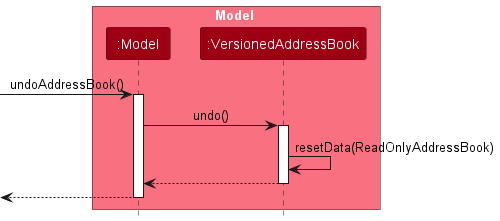
The PlantUML diagram docs/images/UndoSequenceDiagram-Model.png in nus-cs2103-AY2425S1/tp, before a commit.
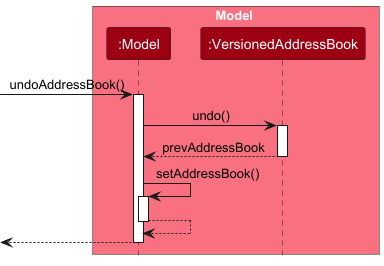
Above is the later version.

What changed in the source:
```diff
@@ -13,9 +13,14 @@
 Model -> VersionedAddressBook : undo()
 activate VersionedAddressBook
 
-VersionedAddressBook -> VersionedAddressBook :resetData(ReadOnlyAddressBook)
-VersionedAddressBook --> Model :
+VersionedAddressBook --> Model : prevAddressBook
 deactivate VersionedAddressBook
+
+Model -> Model : setAddressBook()
+activate Model
+
+Model --> Model :
+deactivate Model
 
 [<-- Model
 deactivate Model
```
